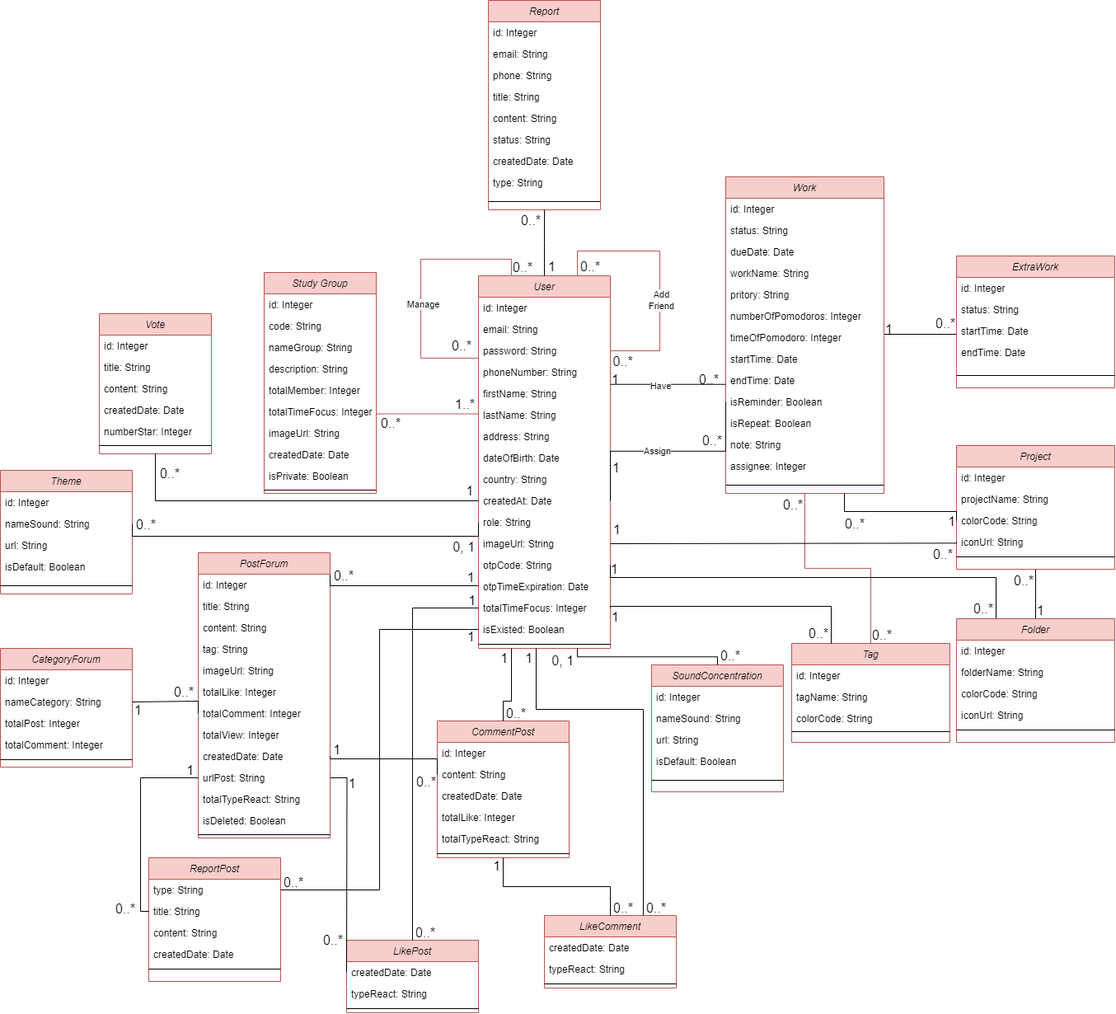
Earlier version of the draw.io export Class Diagram/ClassDiagram.drawio.png (Enochhhh/AppSmartStudyHub). Source tidied: cells renumbered, new cells last; positions are measured from the earlier drawing's top-left corner, leaving out a move shared by most shapes.
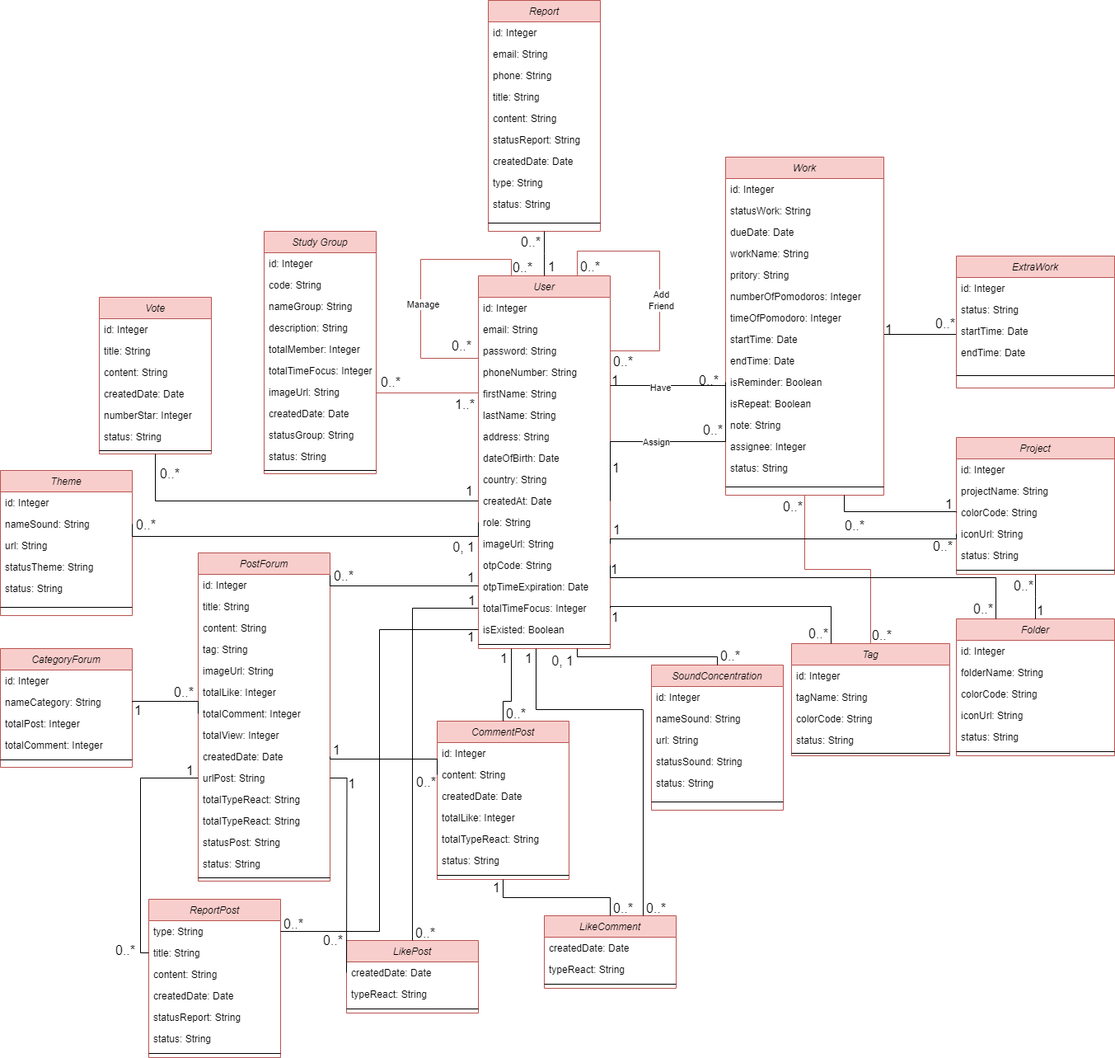
Above is the later version.

Commit message:
Update class diagram

What changed in the source:
```diff
@@ -123,3 +123,3 @@
     <mxCell id="31" value="Work" style="swimlane;fontStyle=2;align=center;verticalAlign=top;horizontal=1;startSize=26;rounded=0;shadow=0;strokeWidth=1;fillColor=#f8cecc;strokeColor=#b85450;" parent="1" vertex="1">
-      <mxGeometry x="880" y="214" width="192" height="384" as="geometry" />
+      <mxGeometry x="880" y="190" width="192" height="410" as="geometry" />
     </mxCell>
@@ -128,3 +128,3 @@
     </mxCell>
-    <mxCell id="33" value="status: String" style="text;align=left;verticalAlign=top;spacingLeft=4;spacingRight=4;overflow=hidden;rounded=0;shadow=0;html=0;" parent="31" vertex="1">
+    <mxCell id="33" value="statusWork: String" style="text;align=left;verticalAlign=top;spacingLeft=4;spacingRight=4;overflow=hidden;rounded=0;shadow=0;html=0;" parent="31" vertex="1">
       <mxGeometry y="52" width="192" height="26" as="geometry" />
@@ -164,4 +164,7 @@
     </mxCell>
+    <mxCell id="221" value="status: String" style="text;align=left;verticalAlign=top;spacingLeft=4;spacingRight=4;overflow=hidden;rounded=0;shadow=0;html=0;" parent="31" vertex="1">
+      <mxGeometry y="364" width="192" height="26" as="geometry" />
+    </mxCell>
     <mxCell id="45" style="line;html=1;strokeWidth=1;align=left;verticalAlign=middle;spacingTop=-1;spacingLeft=3;spacingRight=3;labelPosition=right;" parent="31" vertex="1">
-      <mxGeometry y="364" width="192" height="20" as="geometry" />
+      <mxGeometry y="390" width="192" height="20" as="geometry" />
     </mxCell>
@@ -204,3 +207,3 @@
     <mxCell id="56" value="Tag" style="swimlane;fontStyle=2;align=center;verticalAlign=top;horizontal=1;startSize=26;rounded=0;shadow=0;strokeWidth=1;fillColor=#f8cecc;strokeColor=#b85450;" parent="1" vertex="1">
-      <mxGeometry x="960" y="780" width="192" height="120" as="geometry" />
+      <mxGeometry x="960" y="780" width="192" height="136" as="geometry" />
     </mxCell>
@@ -215,7 +218,10 @@
     </mxCell>
+    <mxCell id="222" value="status: String" style="text;align=left;verticalAlign=top;spacingLeft=4;spacingRight=4;overflow=hidden;rounded=0;shadow=0;html=0;" parent="56" vertex="1">
+      <mxGeometry y="104" width="192" height="26" as="geometry" />
+    </mxCell>
     <mxCell id="60" style="line;html=1;strokeWidth=1;align=left;verticalAlign=middle;spacingTop=-1;spacingLeft=3;spacingRight=3;labelPosition=right;" parent="56" vertex="1">
-      <mxGeometry y="104" width="192" height="6" as="geometry" />
+      <mxGeometry y="130" width="192" height="6" as="geometry" />
     </mxCell>
     <mxCell id="61" value="Project" style="swimlane;fontStyle=2;align=center;verticalAlign=top;horizontal=1;startSize=26;rounded=0;shadow=0;strokeWidth=1;fillColor=#f8cecc;strokeColor=#b85450;" parent="1" vertex="1">
-      <mxGeometry x="1160" y="540" width="192" height="150" as="geometry" />
+      <mxGeometry x="1160" y="530" width="192" height="166" as="geometry" />
     </mxCell>
@@ -233,4 +239,7 @@
     </mxCell>
+    <mxCell id="223" value="status: String" style="text;align=left;verticalAlign=top;spacingLeft=4;spacingRight=4;overflow=hidden;rounded=0;shadow=0;html=0;" parent="61" vertex="1">
+      <mxGeometry y="130" width="192" height="26" as="geometry" />
+    </mxCell>
     <mxCell id="66" style="line;html=1;strokeWidth=1;align=left;verticalAlign=middle;spacingTop=-1;spacingLeft=3;spacingRight=3;labelPosition=right;" parent="61" vertex="1">
-      <mxGeometry y="130" width="192" height="10" as="geometry" />
+      <mxGeometry y="156" width="192" height="10" as="geometry" />
     </mxCell>
@@ -264,3 +273,3 @@
       <mxGeometry x="1" relative="1" as="geometry">
-        <mxPoint y="10" as="offset" />
+        <mxPoint x="-3" as="offset" />
       </mxGeometry>
@@ -268,3 +277,3 @@
     <mxCell id="73" value="Report" style="swimlane;fontStyle=2;align=center;verticalAlign=top;horizontal=1;startSize=26;rounded=0;shadow=0;strokeWidth=1;fillColor=#f8cecc;strokeColor=#b85450;" parent="1" vertex="1">
-      <mxGeometry x="592" width="136" height="254" as="geometry" />
+      <mxGeometry x="592" width="136" height="280" as="geometry" />
     </mxCell>
@@ -285,3 +294,3 @@
     </mxCell>
-    <mxCell id="79" value="status: String" style="text;align=left;verticalAlign=top;spacingLeft=4;spacingRight=4;overflow=hidden;rounded=0;shadow=0;html=0;" parent="73" vertex="1">
+    <mxCell id="79" value="statusReport: String" style="text;align=left;verticalAlign=top;spacingLeft=4;spacingRight=4;overflow=hidden;rounded=0;shadow=0;html=0;" parent="73" vertex="1">
       <mxGeometry y="156" width="136" height="26" as="geometry" />
@@ -294,7 +303,10 @@
     </mxCell>
+    <mxCell id="224" value="status: String" style="text;align=left;verticalAlign=top;spacingLeft=4;spacingRight=4;overflow=hidden;rounded=0;shadow=0;html=0;" parent="73" vertex="1">
+      <mxGeometry y="234" width="136" height="26" as="geometry" />
+    </mxCell>
     <mxCell id="82" style="line;html=1;strokeWidth=1;align=left;verticalAlign=middle;spacingTop=-1;spacingLeft=3;spacingRight=3;labelPosition=right;" parent="73" vertex="1">
-      <mxGeometry y="234" width="136" height="20" as="geometry" />
+      <mxGeometry y="260" width="136" height="20" as="geometry" />
     </mxCell>
     <mxCell id="83" value="Folder" style="swimlane;fontStyle=2;align=center;verticalAlign=top;horizontal=1;startSize=26;rounded=0;shadow=0;strokeWidth=1;fillColor=#f8cecc;strokeColor=#b85450;" parent="1" vertex="1">
-      <mxGeometry x="1160" y="750" width="192" height="150" as="geometry" />
+      <mxGeometry x="1160" y="750" width="192" height="166" as="geometry" />
     </mxCell>
@@ -312,4 +324,7 @@
     </mxCell>
+    <mxCell id="225" value="status: String" style="text;align=left;verticalAlign=top;spacingLeft=4;spacingRight=4;overflow=hidden;rounded=0;shadow=0;html=0;" parent="83" vertex="1">
+      <mxGeometry y="130" width="192" height="26" as="geometry" />
+    </mxCell>
     <mxCell id="88" style="line;html=1;strokeWidth=1;align=left;verticalAlign=middle;spacingTop=-1;spacingLeft=3;spacingRight=3;labelPosition=right;" parent="83" vertex="1">
-      <mxGeometry y="130" width="192" height="10" as="geometry" />
+      <mxGeometry y="156" width="192" height="10" as="geometry" />
     </mxCell>
@@ -344,3 +359,3 @@
     <mxCell id="95" value="SoundConcentration" style="swimlane;fontStyle=2;align=center;verticalAlign=top;horizontal=1;startSize=26;rounded=0;shadow=0;strokeWidth=1;fillColor=#f8cecc;strokeColor=#b85450;" parent="1" vertex="1">
-      <mxGeometry x="790" y="806" width="160" height="154" as="geometry" />
+      <mxGeometry x="790" y="806" width="160" height="176" as="geometry" />
     </mxCell>
@@ -355,7 +370,10 @@
     </mxCell>
-    <mxCell id="99" value="isDefault: Boolean" style="text;align=left;verticalAlign=top;spacingLeft=4;spacingRight=4;overflow=hidden;" parent="95" vertex="1">
+    <mxCell id="99" value="statusSound: String" style="text;align=left;verticalAlign=top;spacingLeft=4;spacingRight=4;overflow=hidden;" parent="95" vertex="1">
       <mxGeometry y="104" width="160" height="26" as="geometry" />
     </mxCell>
+    <mxCell id="226" value="status: String" style="text;align=left;verticalAlign=top;spacingLeft=4;spacingRight=4;overflow=hidden;" parent="95" vertex="1">
+      <mxGeometry y="130" width="160" height="26" as="geometry" />
+    </mxCell>
     <mxCell id="100" style="line;html=1;strokeWidth=1;align=left;verticalAlign=middle;spacingTop=-1;spacingLeft=3;spacingRight=3;labelPosition=right;" parent="95" vertex="1">
-      <mxGeometry y="130" width="160" height="20" as="geometry" />
+      <mxGeometry y="156" width="160" height="20" as="geometry" />
     </mxCell>
@@ -392,3 +410,3 @@
     <mxCell id="107" value="Study Group" style="swimlane;fontStyle=2;align=center;verticalAlign=top;horizontal=1;startSize=26;rounded=0;shadow=0;strokeWidth=1;fillColor=#f8cecc;strokeColor=#b85450;" parent="1" vertex="1">
-      <mxGeometry x="320" y="330" width="136" height="268" as="geometry" />
+      <mxGeometry x="320" y="280" width="136" height="294" as="geometry" />
     </mxCell>
@@ -418,10 +436,13 @@
     </mxCell>
-    <mxCell id="116" value="isPrivate: Boolean" style="text;align=left;verticalAlign=top;spacingLeft=4;spacingRight=4;overflow=hidden;rounded=0;shadow=0;html=0;" parent="107" vertex="1">
+    <mxCell id="116" value="statusGroup: String" style="text;align=left;verticalAlign=top;spacingLeft=4;spacingRight=4;overflow=hidden;rounded=0;shadow=0;html=0;" parent="107" vertex="1">
       <mxGeometry y="234" width="136" height="26" as="geometry" />
     </mxCell>
+    <mxCell id="227" value="status: String" style="text;align=left;verticalAlign=top;spacingLeft=4;spacingRight=4;overflow=hidden;rounded=0;shadow=0;html=0;" parent="107" vertex="1">
+      <mxGeometry y="260" width="136" height="26" as="geometry" />
+    </mxCell>
     <mxCell id="117" style="line;html=1;strokeWidth=1;align=left;verticalAlign=middle;spacingTop=-1;spacingLeft=3;spacingRight=3;labelPosition=right;" parent="107" vertex="1">
-      <mxGeometry y="260" width="136" height="8" as="geometry" />
+      <mxGeometry y="286" width="136" height="8" as="geometry" />
     </mxCell>
     <mxCell id="118" value="Vote" style="swimlane;fontStyle=2;align=center;verticalAlign=top;horizontal=1;startSize=26;rounded=0;shadow=0;strokeWidth=1;fillColor=#f8cecc;strokeColor=#b85450;" parent="1" vertex="1">
-      <mxGeometry x="120" y="380" width="136" height="170" as="geometry" />
+      <mxGeometry x="120" y="360" width="136" height="190" as="geometry" />
     </mxCell>
@@ -442,4 +463,7 @@
     </mxCell>
+    <mxCell id="228" value="status: String" style="text;align=left;verticalAlign=top;spacingLeft=4;spacingRight=4;overflow=hidden;rounded=0;shadow=0;html=0;" parent="118" vertex="1">
+      <mxGeometry y="156" width="136" height="26" as="geometry" />
+    </mxCell>
     <mxCell id="124" style="line;html=1;strokeWidth=1;align=left;verticalAlign=middle;spacingTop=-1;spacingLeft=3;spacingRight=3;labelPosition=right;" parent="118" vertex="1">
-      <mxGeometry y="156" width="136" height="8" as="geometry" />
+      <mxGeometry y="182" width="136" height="8" as="geometry" />
     </mxCell>
@@ -464,3 +488,3 @@
     <mxCell id="128" value="Theme" style="swimlane;fontStyle=2;align=center;verticalAlign=top;horizontal=1;startSize=26;rounded=0;shadow=0;strokeWidth=1;fillColor=#f8cecc;strokeColor=#b85450;" parent="1" vertex="1">
-      <mxGeometry y="570" width="160" height="150" as="geometry" />
+      <mxGeometry y="570" width="160" height="176" as="geometry" />
     </mxCell>
@@ -475,7 +499,10 @@
     </mxCell>
-    <mxCell id="132" value="isDefault: Boolean" style="text;align=left;verticalAlign=top;spacingLeft=4;spacingRight=4;overflow=hidden;" parent="128" vertex="1">
+    <mxCell id="132" value="statusTheme: String" style="text;align=left;verticalAlign=top;spacingLeft=4;spacingRight=4;overflow=hidden;" parent="128" vertex="1">
       <mxGeometry y="104" width="160" height="26" as="geometry" />
     </mxCell>
+    <mxCell id="229" value="status: String" style="text;align=left;verticalAlign=top;spacingLeft=4;spacingRight=4;overflow=hidden;" parent="128" vertex="1">
+      <mxGeometry y="130" width="160" height="26" as="geometry" />
+    </mxCell>
     <mxCell id="133" style="line;html=1;strokeWidth=1;align=left;verticalAlign=middle;spacingTop=-1;spacingLeft=3;spacingRight=3;labelPosition=right;" parent="128" vertex="1">
-      <mxGeometry y="130" width="160" height="20" as="geometry" />
+      <mxGeometry y="156" width="160" height="20" as="geometry" />
     </mxCell>
@@ -501,3 +528,3 @@
     <mxCell id="137" value="PostForum" style="swimlane;fontStyle=2;align=center;verticalAlign=top;horizontal=1;startSize=26;rounded=0;shadow=0;strokeWidth=1;fillColor=#f8cecc;strokeColor=#b85450;" parent="1" vertex="1">
-      <mxGeometry x="240" y="670" width="160" height="346" as="geometry" />
+      <mxGeometry x="240" y="670" width="160" height="398" as="geometry" />
     </mxCell>
@@ -536,7 +563,13 @@
     </mxCell>
+    <mxCell id="230" value="totalTypeReact: String" style="text;align=left;verticalAlign=top;spacingLeft=4;spacingRight=4;overflow=hidden;" parent="137" vertex="1">
+      <mxGeometry y="312" width="160" height="26" as="geometry" />
+    </mxCell>
-    <mxCell id="149" value="isDeleted: Boolean" style="text;align=left;verticalAlign=top;spacingLeft=4;spacingRight=4;overflow=hidden;" parent="137" vertex="1">
-      <mxGeometry y="312" width="160" height="26" as="geometry" />
+    <mxCell id="149" value="statusPost: String" style="text;align=left;verticalAlign=top;spacingLeft=4;spacingRight=4;overflow=hidden;" parent="137" vertex="1">
+      <mxGeometry y="338" width="160" height="26" as="geometry" />
     </mxCell>
+    <mxCell id="231" value="status: String" style="text;align=left;verticalAlign=top;spacingLeft=4;spacingRight=4;overflow=hidden;" parent="137" vertex="1">
+      <mxGeometry y="364" width="160" height="26" as="geometry" />
+    </mxCell>
     <mxCell id="150" style="line;html=1;strokeWidth=1;align=left;verticalAlign=middle;spacingTop=-1;spacingLeft=3;spacingRight=3;labelPosition=right;" parent="137" vertex="1">
-      <mxGeometry y="338" width="160" height="8" as="geometry" />
+      <mxGeometry y="390" width="160" height="8" as="geometry" />
     </mxCell>
@@ -561,3 +594,3 @@
     <mxCell id="157" value="CommentPost" style="swimlane;fontStyle=2;align=center;verticalAlign=top;horizontal=1;startSize=26;rounded=0;shadow=0;strokeWidth=1;fillColor=#f8cecc;strokeColor=#b85450;" parent="1" vertex="1">
-      <mxGeometry x="530" y="874" width="160" height="166" as="geometry" />
+      <mxGeometry x="530" y="874" width="160" height="192" as="geometry" />
     </mxCell>
@@ -578,7 +611,10 @@
     </mxCell>
+    <mxCell id="232" value="status: String" style="text;align=left;verticalAlign=top;spacingLeft=4;spacingRight=4;overflow=hidden;" parent="157" vertex="1">
+      <mxGeometry y="156" width="160" height="26" as="geometry" />
+    </mxCell>
     <mxCell id="163" style="line;html=1;strokeWidth=1;align=left;verticalAlign=middle;spacingTop=-1;spacingLeft=3;spacingRight=3;labelPosition=right;" parent="157" vertex="1">
-      <mxGeometry y="156" width="160" height="10" as="geometry" />
+      <mxGeometry y="182" width="160" height="10" as="geometry" />
     </mxCell>
     <mxCell id="164" value="ReportPost" style="swimlane;fontStyle=2;align=center;verticalAlign=top;horizontal=1;startSize=26;rounded=0;shadow=0;strokeWidth=1;fillColor=#f8cecc;strokeColor=#b85450;" parent="1" vertex="1">
-      <mxGeometry x="180" y="1040" width="160" height="150" as="geometry" />
+      <mxGeometry x="180" y="1090" width="160" height="192" as="geometry" />
     </mxCell>
@@ -596,4 +632,10 @@
     </mxCell>
+    <mxCell id="233" value="statusReport: String" style="text;align=left;verticalAlign=top;spacingLeft=4;spacingRight=4;overflow=hidden;" parent="164" vertex="1">
+      <mxGeometry y="130" width="160" height="26" as="geometry" />
+    </mxCell>
+    <mxCell id="234" value="status: String" style="text;align=left;verticalAlign=top;spacingLeft=4;spacingRight=4;overflow=hidden;" parent="164" vertex="1">
+      <mxGeometry y="156" width="160" height="26" as="geometry" />
+    </mxCell>
     <mxCell id="169" style="line;html=1;strokeWidth=1;align=left;verticalAlign=middle;spacingTop=-1;spacingLeft=3;spacingRight=3;labelPosition=right;" parent="164" vertex="1">
-      <mxGeometry y="130" width="160" height="10" as="geometry" />
+      <mxGeometry y="182" width="160" height="10" as="geometry" />
     </mxCell>
@@ -762,3 +804,3 @@
       <mxGeometry x="1" relative="1" as="geometry">
-        <mxPoint x="-3" y="57" as="offset" />
+        <mxPoint x="-2" y="68" as="offset" />
       </mxGeometry>
```
